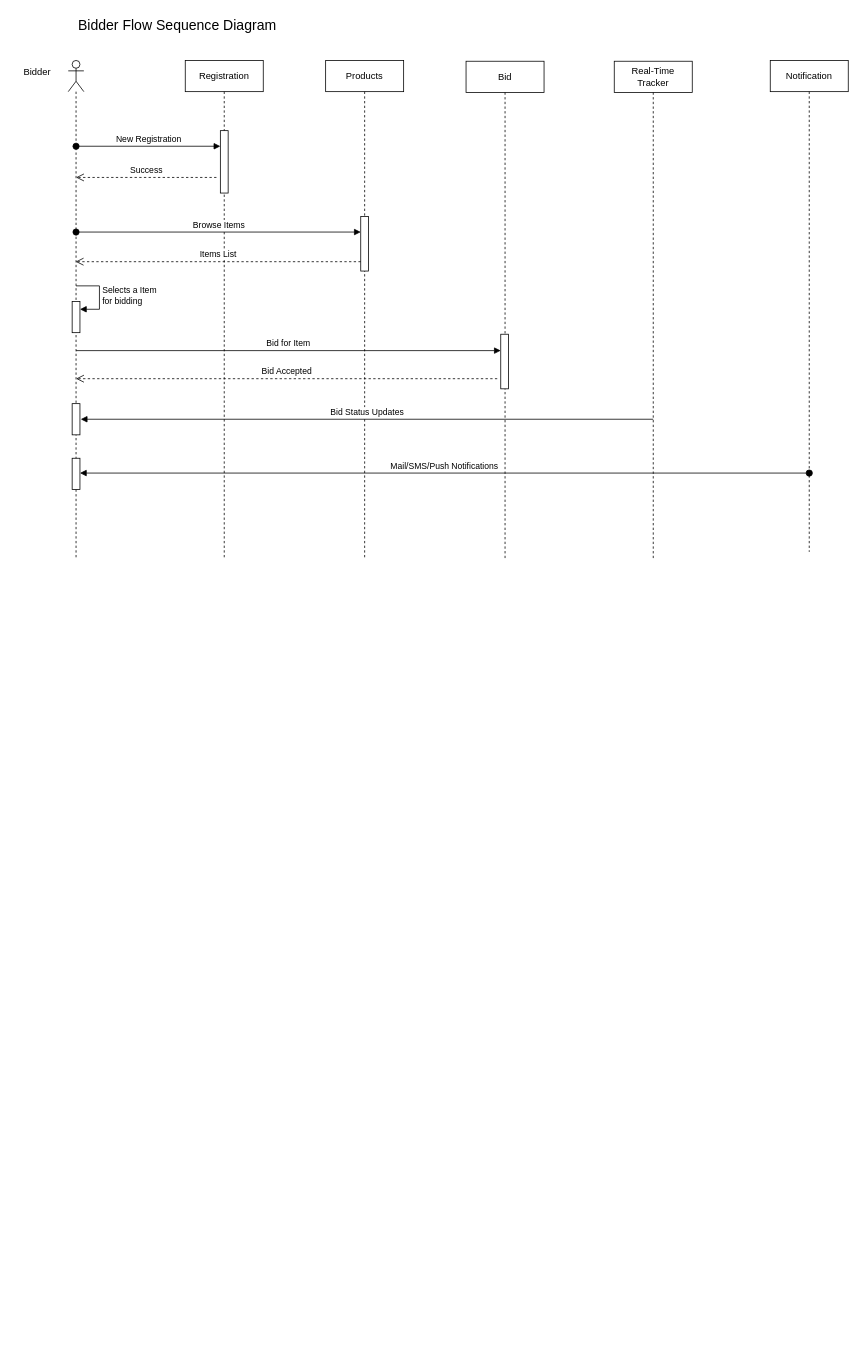
Before: online_bidding_system.drawio in pshivakumar/system-designs, a draw.io diagram. Source tidied: cells renumbered, new cells numbered last; positions are measured from the earlier drawing's top-left corner, leaving out a move shared by most shapes. Both pictures are drawn from the tidied source at 78%, with x=0, y=0 at pixel (13, 13).
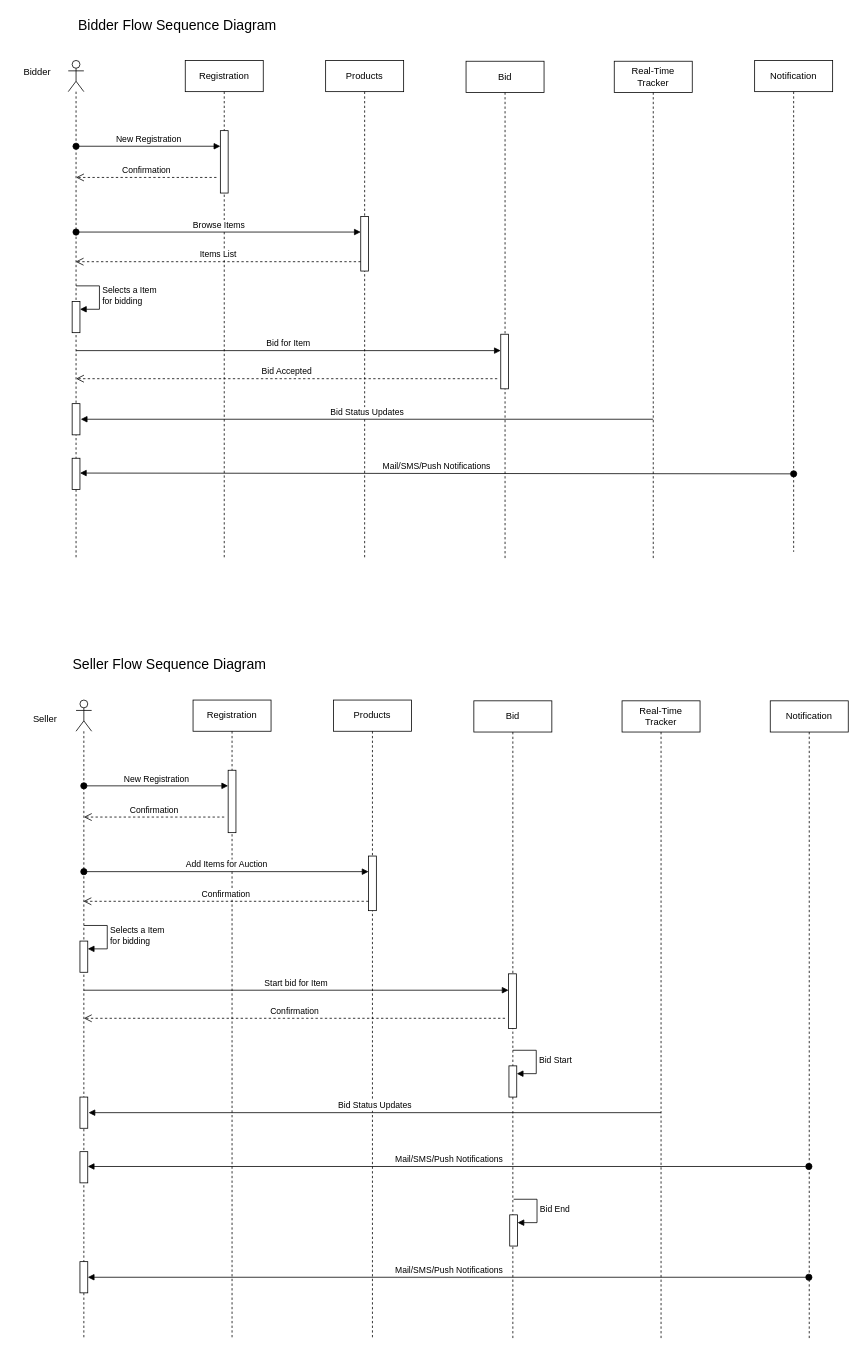
The same diagram, later.

Change to the diagram source:
```diff
@@
-    <mxCell id="16" value="Success" style="html=1;verticalAlign=bottom;endArrow=open;dashed=1;endSize=8;curved=0;rounded=0;" parent="1" edge="1">
+    <mxCell id="16" value="Confirmation" style="html=1;verticalAlign=bottom;endArrow=open;dashed=1;endSize=8;curved=0;rounded=0;" parent="1" edge="1">
       <mxGeometry relative="1" as="geometry">
         <mxPoint x="260" y="210" as="sourcePoint" />
         <mxPoint x="80" y="210" as="targetPoint" />
       </mxGeometry>
     </mxCell>
@@
     <mxCell id="19" value="Notification" style="shape=umlLifeline;perimeter=lifelinePerimeter;whiteSpace=wrap;html=1;newEdgeStyle={&quot;curved&quot;:0,&quot;rounded&quot;:0};" parent="1" vertex="1">
-      <mxGeometry x="970" y="60" width="100" height="630" as="geometry" />
+      <mxGeometry x="950" y="60" width="100" height="630" as="geometry" />
     </mxCell>
@@
     <mxCell id="23" value="Mail/SMS/Push Notifications" style="html=1;verticalAlign=bottom;startArrow=oval;endArrow=block;startSize=8;curved=0;rounded=0;entryX=1;entryY=0;entryDx=0;entryDy=5;entryPerimeter=0;" parent="1" edge="1">
       <mxGeometry relative="1" as="geometry">
-        <mxPoint x="1020" y="589" as="sourcePoint" />
+        <mxPoint x="1000" y="590" as="sourcePoint" />
         <mxPoint x="85" y="589" as="targetPoint" />
       </mxGeometry>
     </mxCell>
@@
+    <mxCell id="25" style="shape=umlLifeline;perimeter=lifelinePerimeter;whiteSpace=wrap;html=1;newEdgeStyle={&quot;curved&quot;:0,&quot;rounded&quot;:0};participant=umlActor;" parent="1" vertex="1">
+      <mxGeometry x="80" y="880" width="20" height="820" as="geometry" />
+    </mxCell>
+    <mxCell id="26" style="html=1;points=[[0,0,0,0,5],[0,1,0,0,-5],[1,0,0,0,5],[1,1,0,0,-5]];perimeter=orthogonalPerimeter;outlineConnect=0;targetShapes=umlLifeline;portConstraint=eastwest;newEdgeStyle={&quot;curved&quot;:0,&quot;rounded&quot;:0};" parent="25" vertex="1">
+      <mxGeometry x="5" y="309" width="10" height="40" as="geometry" />
+    </mxCell>
+    <mxCell id="27" value="Selects a Item&lt;br&gt;for bidding" style="html=1;align=left;spacingLeft=2;endArrow=block;rounded=0;edgeStyle=orthogonalEdgeStyle;curved=0;rounded=0;" parent="25" edge="1" target="26">
+      <mxGeometry relative="1" as="geometry">
+        <mxPoint x="10" y="289" as="sourcePoint" />
+        <Array as="points">
+          <mxPoint x="40" y="319" />
+        </Array>
+      </mxGeometry>
+    </mxCell>
+    <mxCell id="28" style="html=1;perimeter=orthogonalPerimeter;targetShapes=umlLifeline;newEdgeStyle={&quot;curved&quot;:0,&quot;rounded&quot;:0};" parent="25" vertex="1">
+      <mxGeometry x="5" y="509" width="10" height="40" as="geometry" />
+    </mxCell>
+    <mxCell id="29" style="html=1;perimeter=orthogonalPerimeter;targetShapes=umlLifeline;newEdgeStyle={&quot;curved&quot;:0,&quot;rounded&quot;:0};" parent="25" vertex="1">
+      <mxGeometry x="5" y="579" width="10" height="40" as="geometry" />
+    </mxCell>
+    <mxCell id="30" style="html=1;perimeter=orthogonalPerimeter;targetShapes=umlLifeline;newEdgeStyle={&quot;curved&quot;:0,&quot;rounded&quot;:0};" parent="25" vertex="1">
+      <mxGeometry x="5" y="720" width="10" height="40" as="geometry" />
+    </mxCell>
+    <mxCell id="31" value="Registration" style="shape=umlLifeline;perimeter=lifelinePerimeter;whiteSpace=wrap;html=1;newEdgeStyle={&quot;curved&quot;:0,&quot;rounded&quot;:0};" parent="1" vertex="1">
+      <mxGeometry x="230" y="880" width="100" height="820" as="geometry" />
+    </mxCell>
+    <mxCell id="32" style="html=1;points=[[0,0,0,0,5],[0,1,0,0,-5],[1,0,0,0,5],[1,1,0,0,-5]];perimeter=orthogonalPerimeter;outlineConnect=0;targetShapes=umlLifeline;portConstraint=eastwest;newEdgeStyle={&quot;curved&quot;:0,&quot;rounded&quot;:0};" parent="31" vertex="1">
+      <mxGeometry x="45" y="90" width="10" height="80" as="geometry" />
+    </mxCell>
+    <mxCell id="33" value="Products" style="shape=umlLifeline;perimeter=lifelinePerimeter;whiteSpace=wrap;html=1;newEdgeStyle={&quot;curved&quot;:0,&quot;rounded&quot;:0};" parent="1" vertex="1">
+      <mxGeometry x="410" y="880" width="100" height="820" as="geometry" />
+    </mxCell>
+    <mxCell id="34" style="html=1;points=[[0,0,0,0,5],[0,1,0,0,-5],[1,0,0,0,5],[1,1,0,0,-5]];perimeter=orthogonalPerimeter;outlineConnect=0;targetShapes=umlLifeline;portConstraint=eastwest;newEdgeStyle={&quot;curved&quot;:0,&quot;rounded&quot;:0};" parent="33" vertex="1">
+      <mxGeometry x="45" y="200" width="10" height="70" as="geometry" />
+    </mxCell>
+    <mxCell id="35" value="Bid" style="shape=umlLifeline;perimeter=lifelinePerimeter;whiteSpace=wrap;html=1;newEdgeStyle={&quot;curved&quot;:0,&quot;rounded&quot;:0};" parent="1" vertex="1">
+      <mxGeometry x="590" y="881" width="100" height="819" as="geometry" />
+    </mxCell>
+    <mxCell id="36" style="html=1;perimeter=orthogonalPerimeter;targetShapes=umlLifeline;newEdgeStyle={&quot;curved&quot;:0,&quot;rounded&quot;:0};" parent="35" vertex="1">
+      <mxGeometry x="44.5" y="350" width="10" height="70" as="geometry" />
+    </mxCell>
+    <mxCell id="37" style="html=1;points=[[0,0,0,0,5],[0,1,0,0,-5],[1,0,0,0,5],[1,1,0,0,-5]];perimeter=orthogonalPerimeter;outlineConnect=0;targetShapes=umlLifeline;portConstraint=eastwest;newEdgeStyle={&quot;curved&quot;:0,&quot;rounded&quot;:0};" parent="35" vertex="1">
+      <mxGeometry x="45" y="468" width="10" height="40" as="geometry" />
+    </mxCell>
+    <mxCell id="38" value="Bid Start" style="html=1;align=left;spacingLeft=2;endArrow=block;rounded=0;edgeStyle=orthogonalEdgeStyle;curved=0;rounded=0;" parent="35" edge="1" target="37">
+      <mxGeometry relative="1" as="geometry">
+        <mxPoint x="50" y="448" as="sourcePoint" />
+        <Array as="points">
+          <mxPoint x="80" y="478" />
+        </Array>
+      </mxGeometry>
+    </mxCell>
+    <mxCell id="39" style="html=1;points=[[0,0,0,0,5],[0,1,0,0,-5],[1,0,0,0,5],[1,1,0,0,-5]];perimeter=orthogonalPerimeter;outlineConnect=0;targetShapes=umlLifeline;portConstraint=eastwest;newEdgeStyle={&quot;curved&quot;:0,&quot;rounded&quot;:0};" parent="35" vertex="1">
+      <mxGeometry x="46" y="659" width="10" height="40" as="geometry" />
+    </mxCell>
+    <mxCell id="40" value="Bid End" style="html=1;align=left;spacingLeft=2;endArrow=block;rounded=0;edgeStyle=orthogonalEdgeStyle;curved=0;rounded=0;" parent="35" edge="1" target="39">
+      <mxGeometry relative="1" as="geometry">
+        <mxPoint x="51" y="639" as="sourcePoint" />
+        <Array as="points">
+          <mxPoint x="81" y="669" />
+        </Array>
+      </mxGeometry>
+    </mxCell>
+    <mxCell id="41" value="Real-Time Tracker" style="shape=umlLifeline;perimeter=lifelinePerimeter;whiteSpace=wrap;html=1;newEdgeStyle={&quot;curved&quot;:0,&quot;rounded&quot;:0};" parent="1" vertex="1">
+      <mxGeometry x="780" y="881" width="100" height="819" as="geometry" />
+    </mxCell>
+    <mxCell id="42" value="New Registration" style="html=1;verticalAlign=bottom;startArrow=oval;startFill=1;endArrow=block;startSize=8;curved=0;rounded=0;" parent="1" edge="1" target="32">
+      <mxGeometry relative="1" as="geometry">
+        <mxPoint x="90" y="990" as="sourcePoint" />
+      </mxGeometry>
+    </mxCell>
+    <mxCell id="43" value="Confirmation" style="html=1;verticalAlign=bottom;endArrow=open;dashed=1;endSize=8;curved=0;rounded=0;" parent="1" edge="1">
+      <mxGeometry relative="1" as="geometry">
+        <mxPoint x="270" y="1030" as="sourcePoint" />
+        <mxPoint x="90" y="1030" as="targetPoint" />
+      </mxGeometry>
+    </mxCell>
+    <mxCell id="44" value="Add Items for Auction" style="html=1;verticalAlign=bottom;startArrow=oval;startFill=1;endArrow=block;startSize=8;curved=0;rounded=0;" parent="1" edge="1" target="34">
+      <mxGeometry relative="1" as="geometry">
+        <mxPoint x="90" y="1100" as="sourcePoint" />
+      </mxGeometry>
+    </mxCell>
+    <mxCell id="45" value="Confirmation" style="html=1;verticalAlign=bottom;endArrow=open;dashed=1;endSize=8;curved=0;rounded=0;exitX=0;exitY=1;exitDx=0;exitDy=-5;exitPerimeter=0;" parent="1" edge="1">
+      <mxGeometry relative="1" as="geometry">
+        <mxPoint x="455" y="1138" as="sourcePoint" />
+        <mxPoint x="89.5" y="1138" as="targetPoint" />
+      </mxGeometry>
+    </mxCell>
+    <mxCell id="46" value="Start bid for Item" style="html=1;verticalAlign=bottom;endArrow=block;curved=0;rounded=0;" parent="1" edge="1">
+      <mxGeometry relative="1" as="geometry">
+        <mxPoint x="90" y="1252" as="sourcePoint" />
+        <mxPoint x="634.5" y="1252" as="targetPoint" />
+      </mxGeometry>
+    </mxCell>
+    <mxCell id="47" value="Confirmation" style="html=1;verticalAlign=bottom;endArrow=open;dashed=1;endSize=8;curved=0;rounded=0;" parent="1" edge="1">
+      <mxGeometry relative="1" as="geometry">
+        <mxPoint x="630" y="1288" as="sourcePoint" />
+        <mxPoint x="90" y="1288" as="targetPoint" />
+      </mxGeometry>
+    </mxCell>
+    <mxCell id="48" value="Bid Status Updates" style="html=1;verticalAlign=bottom;endArrow=block;curved=0;rounded=0;" parent="1" edge="1">
+      <mxGeometry relative="1" as="geometry">
+        <mxPoint x="830" y="1409" as="sourcePoint" />
+        <mxPoint x="96" y="1409" as="targetPoint" />
+      </mxGeometry>
+    </mxCell>
+    <mxCell id="49" value="Mail/SMS/Push Notifications" style="html=1;verticalAlign=bottom;startArrow=oval;endArrow=block;startSize=8;curved=0;rounded=0;entryX=1;entryY=0;entryDx=0;entryDy=5;entryPerimeter=0;" parent="1" edge="1">
+      <mxGeometry relative="1" as="geometry">
+        <mxPoint x="1019.5" y="1478" as="sourcePoint" />
+        <mxPoint x="95" y="1478" as="targetPoint" />
+      </mxGeometry>
+    </mxCell>
+    <mxCell id="50" value="&lt;font size=&quot;4&quot;&gt;Seller Flow Sequence Diagram&lt;/font&gt;" style="text;html=1;strokeColor=none;fillColor=none;align=center;verticalAlign=middle;whiteSpace=wrap;rounded=0;" parent="1" vertex="1">
+      <mxGeometry x="50" y="820" width="300" height="30" as="geometry" />
+    </mxCell>
+    <mxCell id="51" value="Seller" style="text;html=1;align=center;verticalAlign=middle;strokeColor=none;fillColor=none;" parent="1" vertex="1">
+      <mxGeometry x="15" y="890" width="50" height="30" as="geometry" />
+    </mxCell>
+    <mxCell id="52" value="Notification" style="shape=umlLifeline;perimeter=lifelinePerimeter;whiteSpace=wrap;html=1;newEdgeStyle={&quot;curved&quot;:0,&quot;rounded&quot;:0};" parent="1" vertex="1">
+      <mxGeometry x="970" y="881" width="100" height="819" as="geometry" />
+    </mxCell>
+    <mxCell id="53" value="Mail/SMS/Push Notifications" style="html=1;verticalAlign=bottom;startArrow=oval;endArrow=block;startSize=8;curved=0;rounded=0;entryX=1;entryY=0;entryDx=0;entryDy=5;entryPerimeter=0;" parent="1" edge="1">
+      <mxGeometry relative="1" as="geometry">
+        <mxPoint x="1019.5" y="1620" as="sourcePoint" />
+        <mxPoint x="95" y="1620" as="targetPoint" />
+      </mxGeometry>
+    </mxCell>
```
